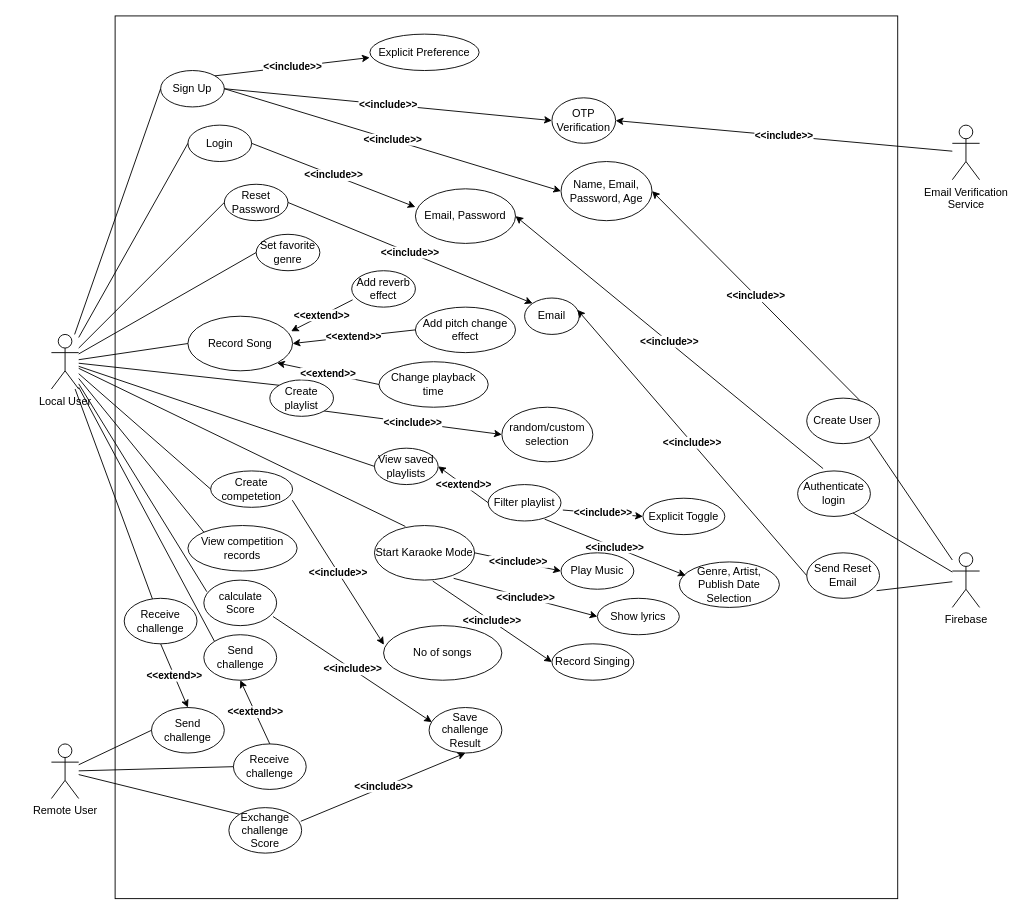
Earlier version of the draw.io diagram System Analysis/PocketKaraoke Usecase Diagram.drawio (FuSan21/PocketKaraoke). Source tidied: cells renumbered, new cells numbered last; positions are measured from the earlier drawing's top-left corner, leaving out a move shared by most shapes. Both pictures are drawn from the tidied source at 91%, with x=0, y=0 at pixel (51, 15).
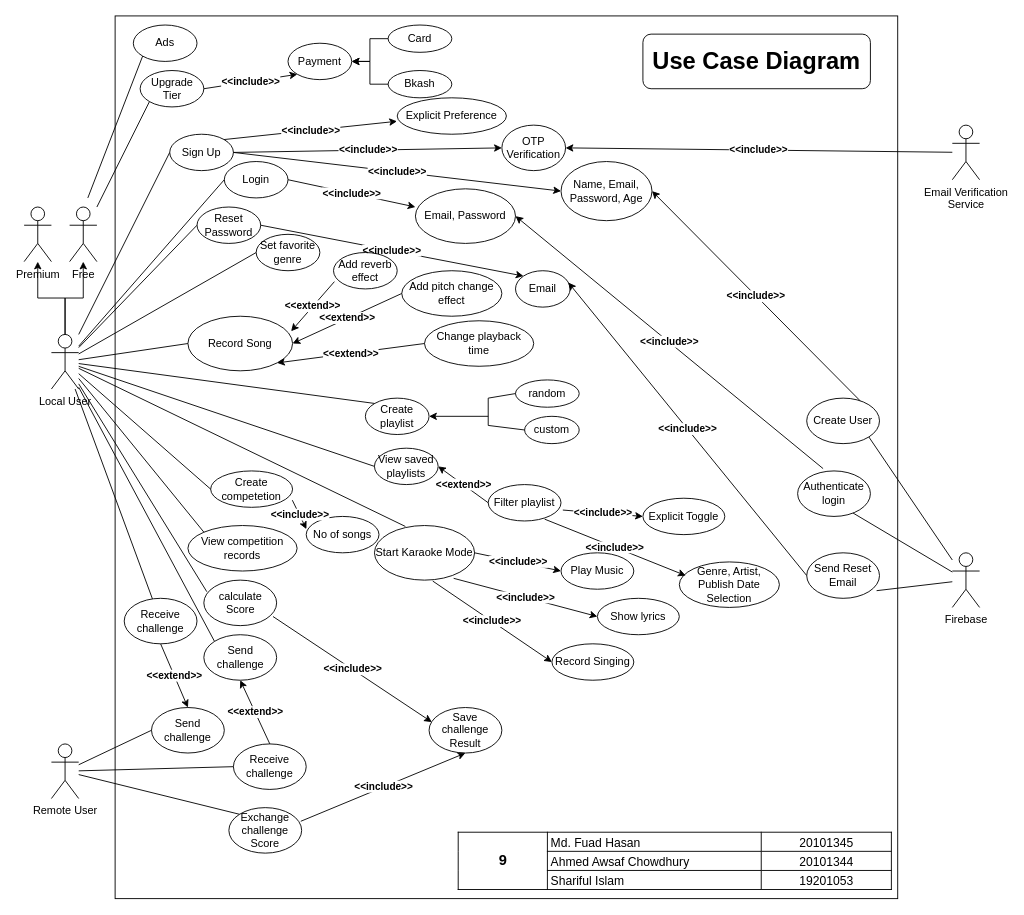
The same page after the edit.

The change refers to these unchanged cells:
```xml
<mxCell id="3" value="Local User" style="shape=umlActor;verticalLabelPosition=bottom;verticalAlign=top;html=1;outlineConnect=0;fillColor=none;" parent="1" vertex="1">
  <mxGeometry y="350" width="30" height="60" as="geometry" />
</mxCell>
```

What changed in the source:
```diff
@@
+    <mxCell id="86" style="edgeStyle=orthogonalEdgeStyle;rounded=0;jettySize=auto;html=1;fontSize=20;endArrow=classic;endFill=1;" parent="1" edge="1" source="3" target="95">
+      <mxGeometry relative="1" as="geometry" />
+    </mxCell>
+    <mxCell id="87" style="edgeStyle=orthogonalEdgeStyle;rounded=0;jettySize=auto;html=1;fontSize=20;endArrow=classic;endFill=1;" parent="1" edge="1" source="3" target="96">
+      <mxGeometry relative="1" as="geometry" />
+    </mxCell>
@@
     <mxCell id="4" value="Reset Password" style="ellipse;whiteSpace=wrap;html=1;fillColor=none;" parent="1" vertex="1">
-      <mxGeometry x="190" y="185" width="70" height="40" as="geometry" />
+      <mxGeometry x="160" y="210" width="70" height="40" as="geometry" />
     </mxCell>
     <mxCell id="5" value="Login" style="ellipse;whiteSpace=wrap;html=1;fillColor=none;" parent="1" vertex="1">
-      <mxGeometry x="150" y="120" width="70" height="40" as="geometry" />
+      <mxGeometry x="190" y="160" width="70" height="40" as="geometry" />
     </mxCell>
     <mxCell id="6" value="Sign Up" style="ellipse;whiteSpace=wrap;html=1;fillColor=none;" parent="1" vertex="1">
-      <mxGeometry x="120" y="60" width="70" height="40" as="geometry" />
+      <mxGeometry x="130" y="130" width="70" height="40" as="geometry" />
     </mxCell>
@@
     <mxCell id="12" value="Explicit Preference" style="ellipse;whiteSpace=wrap;html=1;fillColor=none;" parent="1" vertex="1">
-      <mxGeometry x="350" y="20" width="120" height="40" as="geometry" />
+      <mxGeometry x="380" y="90" width="120" height="40" as="geometry" />
     </mxCell>
@@
     <mxCell id="23" value="Create playlist" style="ellipse;whiteSpace=wrap;html=1;fillColor=none;" parent="1" vertex="1">
-      <mxGeometry x="240" y="400" width="70" height="40" as="geometry" />
+      <mxGeometry x="345" y="420" width="70" height="40" as="geometry" />
     </mxCell>
@@
     <mxCell id="27" value="Email" style="ellipse;whiteSpace=wrap;html=1;fillColor=none;" parent="1" vertex="1">
-      <mxGeometry x="520" y="310" width="60" height="40" as="geometry" />
+      <mxGeometry x="510" y="280" width="60" height="40" as="geometry" />
     </mxCell>
     <mxCell id="28" value="OTP Verification" style="ellipse;whiteSpace=wrap;html=1;fillColor=none;" parent="1" vertex="1">
-      <mxGeometry x="550" y="90" width="70" height="50" as="geometry" />
+      <mxGeometry x="495" y="120" width="70" height="50" as="geometry" />
     </mxCell>
@@
-    <mxCell id="33" value="random/custom selection" style="ellipse;whiteSpace=wrap;html=1;fillColor=none;" parent="1" vertex="1">
-      <mxGeometry x="495" y="430" width="100" height="60" as="geometry" />
+    <mxCell id="33" value="random" style="ellipse;whiteSpace=wrap;html=1;fillColor=none;" parent="1" vertex="1">
+      <mxGeometry x="510" y="400" width="70" height="30" as="geometry" />
     </mxCell>
-    <mxCell id="34" value="&amp;lt;&amp;lt;include&amp;gt;&amp;gt;" style="endArrow=classic;html=1;rounded=0;exitX=1;exitY=1;exitDx=0;exitDy=0;entryX=0;entryY=0.5;entryDx=0;entryDy=0;fontStyle=1;" parent="1" edge="1" source="23" target="33">
-      <mxGeometry relative="1" as="geometry" />
-    </mxCell>
     <mxCell id="35" value="No of songs" style="ellipse;whiteSpace=wrap;html=1;fillColor=none;" parent="1" vertex="1">
-      <mxGeometry x="365" y="670" width="130" height="60" as="geometry" />
+      <mxGeometry x="280" y="550" width="80" height="40" as="geometry" />
     </mxCell>
@@
     <mxCell id="70" value="Add reverb effect" style="ellipse;whiteSpace=wrap;html=1;fillColor=none;" parent="1" vertex="1">
-      <mxGeometry x="330" y="280" width="70" height="40" as="geometry" />
+      <mxGeometry x="310" y="260" width="70" height="40" as="geometry" />
     </mxCell>
     <mxCell id="71" value="Add pitch change effect" style="ellipse;whiteSpace=wrap;html=1;fillColor=none;" parent="1" vertex="1">
-      <mxGeometry x="400" y="320" width="110" height="50" as="geometry" />
+      <mxGeometry x="385" y="280" width="110" height="50" as="geometry" />
     </mxCell>
     <mxCell id="72" value="Change playback time" style="ellipse;whiteSpace=wrap;html=1;fillColor=none;" parent="1" vertex="1">
-      <mxGeometry x="360" y="380" width="120" height="50" as="geometry" />
+      <mxGeometry x="410" y="335" width="120" height="50" as="geometry" />
     </mxCell>
@@
+    <mxCell id="88" value="&lt;table dir=&quot;ltr&quot; style=&quot;table-layout: fixed ; font-size: 10pt ; font-family: &amp;quot;arial&amp;quot; ; width: 0px ; border-collapse: collapse ; border: none&quot; cellspacing=&quot;0&quot; cellpadding=&quot;0&quot; border=&quot;1&quot;&gt;&lt;colgroup&gt;&lt;col width=&quot;98&quot;&gt;&lt;col width=&quot;235&quot;&gt;&lt;col width=&quot;143&quot;&gt;&lt;/colgroup&gt;&lt;tbody&gt;&lt;tr style=&quot;height: 21px&quot;&gt;&lt;td style=&quot;border-color: rgb(0, 0, 0); border-style: solid; border-width: 1px; overflow: hidden; padding: 0px 3px; vertical-align: middle; font-size: 12pt; font-weight: bold; overflow-wrap: break-word; text-align: center;&quot; rowspan=&quot;3&quot; colspan=&quot;1&quot;&gt;&lt;span&gt;&lt;div style=&quot;max-height: 63px&quot;&gt;9&lt;/div&gt;&lt;/span&gt;&lt;/td&gt;&lt;td style=&quot;border-top: 1px solid rgb(0, 0, 0); border-right: 1px solid rgb(0, 0, 0); border-bottom: 1px solid rgb(0, 0, 0); overflow: hidden; padding: 0px 3px; vertical-align: bottom; overflow-wrap: break-word;&quot;&gt;Md. Fuad Hasan&lt;/td&gt;&lt;td style=&quot;border-top: 1px solid rgb(0, 0, 0); border-right: 1px solid rgb(0, 0, 0); border-bottom: 1px solid rgb(0, 0, 0); overflow: hidden; padding: 0px 3px; vertical-align: bottom; overflow-wrap: break-word; text-align: center;&quot;&gt;20101345&lt;/td&gt;&lt;/tr&gt;&lt;tr style=&quot;height: 21px&quot;&gt;&lt;td style=&quot;border-right: 1px solid rgb(0, 0, 0); border-bottom: 1px solid rgb(0, 0, 0); overflow: hidden; padding: 0px 3px; vertical-align: bottom; overflow-wrap: break-word;&quot;&gt;Ahmed Awsaf Chowdhury&lt;/td&gt;&lt;td style=&quot;border-right: 1px solid rgb(0, 0, 0); border-bottom: 1px solid rgb(0, 0, 0); overflow: hidden; padding: 0px 3px; vertical-align: bottom; overflow-wrap: break-word; text-align: center;&quot;&gt;20101344&lt;/td&gt;&lt;/tr&gt;&lt;tr style=&quot;height: 21px&quot;&gt;&lt;td style=&quot;border-right: 1px solid rgb(0, 0, 0); border-bottom: 1px solid rgb(0, 0, 0); overflow: hidden; padding: 0px 3px; vertical-align: bottom; overflow-wrap: break-word;&quot;&gt;Shariful Islam&lt;/td&gt;&lt;td style=&quot;border-right: 1px solid rgb(0, 0, 0); border-bottom: 1px solid rgb(0, 0, 0); overflow: hidden; padding: 0px 3px; vertical-align: bottom; overflow-wrap: break-word; text-align: center;&quot;&gt;19201053&lt;/td&gt;&lt;/tr&gt;&lt;/tbody&gt;&lt;/table&gt;" style="text;whiteSpace=wrap;html=1;" parent="1" vertex="1">
+      <mxGeometry x="445" y="890" width="500" height="80" as="geometry" />
+    </mxCell>
+    <mxCell id="89" value="&lt;font style=&quot;font-size: 26px&quot;&gt;&lt;b&gt;Use Case Diagram&lt;br&gt;&lt;/b&gt;&lt;/font&gt;" style="rounded=1;whiteSpace=wrap;html=1;fillColor=none;" parent="1" vertex="1">
+      <mxGeometry x="650" y="20" width="250" height="60" as="geometry" />
+    </mxCell>
+    <mxCell id="90" value="custom" style="ellipse;whiteSpace=wrap;html=1;fillColor=none;" parent="1" vertex="1">
+      <mxGeometry x="520" y="440" width="60" height="30" as="geometry" />
+    </mxCell>
+    <mxCell id="91" style="endArrow=none;html=1;rounded=0;fontSize=26;" parent="1" edge="1">
+      <mxGeometry relative="1" as="geometry">
+        <mxPoint x="480" y="450" as="sourcePoint" />
+        <mxPoint x="480" y="420" as="targetPoint" />
+      </mxGeometry>
+    </mxCell>
+    <mxCell id="92" style="endArrow=none;html=1;rounded=0;fontSize=26;entryX=0;entryY=0.5;entryDx=0;entryDy=0;" parent="1" edge="1" target="90">
+      <mxGeometry relative="1" as="geometry">
+        <mxPoint x="480" y="450" as="sourcePoint" />
+      </mxGeometry>
+    </mxCell>
+    <mxCell id="93" style="endArrow=none;html=1;rounded=0;fontSize=26;entryX=0;entryY=0.5;entryDx=0;entryDy=0;" parent="1" edge="1" target="33">
+      <mxGeometry relative="1" as="geometry">
+        <mxPoint x="480" y="420" as="sourcePoint" />
+      </mxGeometry>
+    </mxCell>
+    <mxCell id="94" style="endArrow=classic;html=1;rounded=0;fontSize=26;entryX=1;entryY=0.5;entryDx=0;entryDy=0;" parent="1" edge="1" target="23">
+      <mxGeometry relative="1" as="geometry">
+        <mxPoint x="480" y="440" as="sourcePoint" />
+      </mxGeometry>
+    </mxCell>
+    <mxCell id="95" value="&lt;div&gt;Premium&lt;/div&gt;&lt;div&gt;&lt;br&gt;&lt;/div&gt;" style="shape=umlActor;verticalLabelPosition=bottom;verticalAlign=top;html=1;outlineConnect=0;fillColor=none;" parent="1" vertex="1">
+      <mxGeometry x="-30" y="210" width="30" height="60" as="geometry" />
+    </mxCell>
+    <mxCell id="96" value="Free" style="shape=umlActor;verticalLabelPosition=bottom;verticalAlign=top;html=1;outlineConnect=0;fillColor=none;" parent="1" vertex="1">
+      <mxGeometry x="20" y="210" width="30" height="60" as="geometry" />
+    </mxCell>
+    <mxCell id="97" style="endArrow=none;html=1;rounded=0;fontSize=20;entryX=0;entryY=1;entryDx=0;entryDy=0;" parent="1" edge="1" target="98">
+      <mxGeometry relative="1" as="geometry">
+        <mxPoint x="40" y="200" as="sourcePoint" />
+      </mxGeometry>
+    </mxCell>
+    <mxCell id="98" value="Ads" style="ellipse;whiteSpace=wrap;html=1;fillColor=none;" parent="1" vertex="1">
+      <mxGeometry x="90" y="10" width="70" height="40" as="geometry" />
+    </mxCell>
+    <mxCell id="99" value="Upgrade Tier" style="ellipse;whiteSpace=wrap;html=1;fillColor=none;" parent="1" vertex="1">
+      <mxGeometry x="97.5" y="60" width="70" height="40" as="geometry" />
+    </mxCell>
+    <mxCell id="100" style="endArrow=none;html=1;rounded=0;fontSize=20;entryX=0;entryY=1;entryDx=0;entryDy=0;" parent="1" edge="1" source="96" target="99">
+      <mxGeometry relative="1" as="geometry" />
+    </mxCell>
+    <mxCell id="101" style="edgeStyle=orthogonalEdgeStyle;rounded=0;jettySize=auto;html=1;labelBackgroundColor=default;fontSize=12;endArrow=classic;endFill=1;" parent="1" edge="1" source="104" target="103">
+      <mxGeometry relative="1" as="geometry" />
+    </mxCell>
+    <mxCell id="102" style="edgeStyle=orthogonalEdgeStyle;rounded=0;jettySize=auto;html=1;labelBackgroundColor=default;fontSize=12;endArrow=classic;endFill=1;" parent="1" edge="1" source="105" target="103">
+      <mxGeometry relative="1" as="geometry" />
+    </mxCell>
+    <mxCell id="103" value="Payment" style="ellipse;whiteSpace=wrap;html=1;fillColor=none;" parent="1" vertex="1">
+      <mxGeometry x="260" y="30" width="70" height="40" as="geometry" />
+    </mxCell>
+    <mxCell id="34" value="&amp;lt;&amp;lt;include&amp;gt;&amp;gt;" style="endArrow=classic;html=1;rounded=0;exitX=1;exitY=0.5;exitDx=0;exitDy=0;entryX=0;entryY=1;entryDx=0;entryDy=0;fontStyle=1;" parent="1" edge="1" source="99" target="103">
+      <mxGeometry relative="1" as="geometry" />
+    </mxCell>
+    <mxCell id="104" value="Card" style="ellipse;whiteSpace=wrap;html=1;fillColor=none;" parent="1" vertex="1">
+      <mxGeometry x="370" y="10" width="70" height="30" as="geometry" />
+    </mxCell>
+    <mxCell id="105" value="Bkash" style="ellipse;whiteSpace=wrap;html=1;fillColor=none;" parent="1" vertex="1">
+      <mxGeometry x="370" y="60" width="70" height="30" as="geometry" />
+    </mxCell>
```
